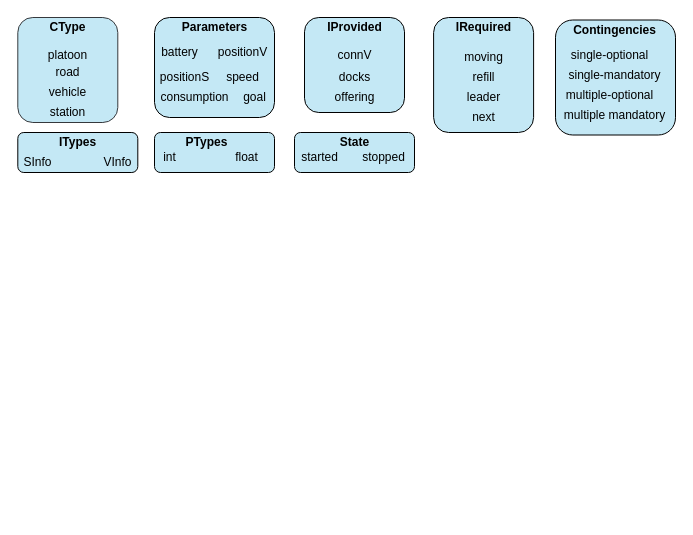
This is elem.drawio from jpgros/site-web, a draw.io file, before an edit. Source tidied: cells renumbered, new cells numbered last; positions are measured from the earlier drawing's top-left corner, leaving out a move shared by most shapes. Both pictures are drawn from the tidied source at 100%, with x=0, y=0 at pixel (17, 17).
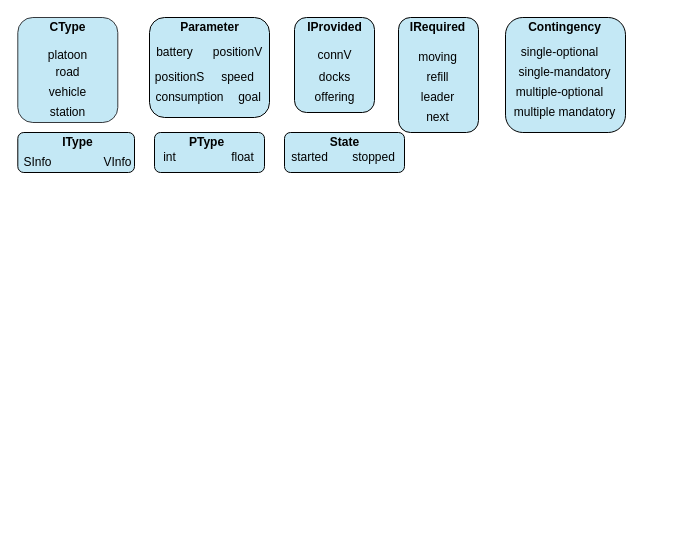
The same page after the edit.

What changed in the source:
```diff
@@
     <mxCell id="2" style="rounded=1;whiteSpace=wrap;html=1;fillColor=#C4E8F5;" parent="1" vertex="1">
-      <mxGeometry x="137" y="115" width="120" height="40" as="geometry" />
+      <mxGeometry x="137" y="115" width="110" height="40" as="geometry" />
     </mxCell>
     <mxCell id="3" style="rounded=1;whiteSpace=wrap;html=1;fillColor=#C4E8F5;" parent="1" vertex="1">
-      <mxGeometry x="0.3" y="115" width="120" height="40" as="geometry" />
+      <mxGeometry x="0.3" y="115" width="116.7" height="40" as="geometry" />
     </mxCell>
     <mxCell id="4" style="rounded=1;whiteSpace=wrap;html=1;fillColor=#C4E8F5;" parent="1" vertex="1">
-      <mxGeometry x="137" width="120" height="100" as="geometry" />
+      <mxGeometry x="132" width="120" height="100" as="geometry" />
     </mxCell>
     <mxCell id="5" style="rounded=1;whiteSpace=wrap;html=1;fillColor=#C4E8F5;" parent="1" vertex="1">
-      <mxGeometry x="287" width="100" height="95" as="geometry" />
+      <mxGeometry x="277" width="80" height="95" as="geometry" />
     </mxCell>
     <mxCell id="6" style="rounded=1;whiteSpace=wrap;html=1;fillColor=#C4E8F5;" parent="1" vertex="1">
-      <mxGeometry x="416.1" width="100" height="115" as="geometry" />
+      <mxGeometry x="381" width="80" height="115" as="geometry" />
     </mxCell>
     <mxCell id="7" style="rounded=1;whiteSpace=wrap;html=1;fillColor=#C4E8F5;" parent="1" vertex="1">
-      <mxGeometry x="538" y="2.5" width="120" height="115" as="geometry" />
+      <mxGeometry x="488" width="120" height="115" as="geometry" />
     </mxCell>
@@
     <mxCell id="10" value="single-optional" style="text;html=1;align=center;verticalAlign=middle;" parent="1" vertex="1">
-      <mxGeometry x="547" y="27.5" width="90" height="20" as="geometry" />
+      <mxGeometry x="497" y="25" width="90" height="20" as="geometry" />
     </mxCell>
     <mxCell id="11" value="single-mandatory" style="text;html=1;align=center;verticalAlign=middle;" parent="1" vertex="1">
-      <mxGeometry x="542" y="47.5" width="110" height="20" as="geometry" />
+      <mxGeometry x="492" y="45" width="110" height="20" as="geometry" />
     </mxCell>
     <mxCell id="12" value="multiple-optional" style="text;html=1;align=center;verticalAlign=middle;" parent="1" vertex="1">
-      <mxGeometry x="542" y="67.5" width="100" height="20" as="geometry" />
+      <mxGeometry x="492" y="65" width="100" height="20" as="geometry" />
     </mxCell>
     <mxCell id="13" value="multiple mandatory" style="text;html=1;align=center;verticalAlign=middle;" parent="1" vertex="1">
-      <mxGeometry x="537" y="87.5" width="120" height="20" as="geometry" />
+      <mxGeometry x="487" y="85" width="120" height="20" as="geometry" />
     </mxCell>
@@
     <mxCell id="17" value="float" style="text;html=1;align=center;verticalAlign=middle;" parent="1" vertex="1">
-      <mxGeometry x="208.7" y="130" width="40" height="20" as="geometry" />
+      <mxGeometry x="205" y="130" width="40" height="20" as="geometry" />
     </mxCell>
     <mxCell id="18" value="battery" style="text;html=1;align=center;verticalAlign=middle;" parent="1" vertex="1">
-      <mxGeometry x="137" y="25" width="50" height="20" as="geometry" />
+      <mxGeometry x="132" y="25" width="50" height="20" as="geometry" />
     </mxCell>
     <mxCell id="19" value="positionS" style="text;html=1;align=center;verticalAlign=middle;" parent="1" vertex="1">
-      <mxGeometry x="137" y="50" width="60" height="20" as="geometry" />
+      <mxGeometry x="132" y="50" width="60" height="20" as="geometry" />
     </mxCell>
     <mxCell id="20" value="positionV" style="text;html=1;align=center;verticalAlign=middle;" parent="1" vertex="1">
-      <mxGeometry x="195" y="25" width="60" height="20" as="geometry" />
+      <mxGeometry x="190" y="25" width="60" height="20" as="geometry" />
     </mxCell>
     <mxCell id="21" value="speed" style="text;html=1;align=center;verticalAlign=middle;" parent="1" vertex="1">
-      <mxGeometry x="200" y="50" width="50" height="20" as="geometry" />
+      <mxGeometry x="195" y="50" width="50" height="20" as="geometry" />
     </mxCell>
     <mxCell id="22" value="goal" style="text;html=1;align=center;verticalAlign=middle;" parent="1" vertex="1">
-      <mxGeometry x="217" y="70" width="40" height="20" as="geometry" />
+      <mxGeometry x="212" y="70" width="40" height="20" as="geometry" />
     </mxCell>
     <mxCell id="23" value="consumption" style="text;html=1;align=center;verticalAlign=middle;" parent="1" vertex="1">
-      <mxGeometry x="137" y="70" width="80" height="20" as="geometry" />
+      <mxGeometry x="132" y="70" width="80" height="20" as="geometry" />
     </mxCell>
@@
-    <mxCell id="25" value="&lt;b&gt;Contingencies&lt;/b&gt;" style="text;html=1;align=center;verticalAlign=middle;" parent="1" vertex="1">
-      <mxGeometry x="547" y="2.5" width="100" height="20" as="geometry" />
+    <mxCell id="25" value="&lt;b&gt;Contingency&lt;/b&gt;" style="text;html=1;align=center;verticalAlign=middle;" parent="1" vertex="1">
+      <mxGeometry x="502" width="90" height="20" as="geometry" />
     </mxCell>
     <mxCell id="26" value="&lt;b&gt;IRequired&lt;/b&gt;" style="text;html=1;align=center;verticalAlign=middle;" parent="1" vertex="1">
-      <mxGeometry x="431.1" width="70" height="20" as="geometry" />
+      <mxGeometry x="385.1" width="70" height="20" as="geometry" />
     </mxCell>
     <mxCell id="27" value="&lt;b&gt;IProvided&lt;/b&gt;" style="text;html=1;align=center;verticalAlign=middle;" parent="1" vertex="1">
-      <mxGeometry x="302" width="70" height="20" as="geometry" />
+      <mxGeometry x="282" width="70" height="20" as="geometry" />
     </mxCell>
-    <mxCell id="28" value="&lt;b&gt;Parameters&lt;/b&gt;" style="text;html=1;align=center;verticalAlign=middle;" parent="1" vertex="1">
-      <mxGeometry x="157" width="80" height="20" as="geometry" />
+    <mxCell id="28" value="&lt;b&gt;Parameter&lt;/b&gt;" style="text;html=1;align=center;verticalAlign=middle;" parent="1" vertex="1">
+      <mxGeometry x="157" width="70" height="20" as="geometry" />
     </mxCell>
-    <mxCell id="29" value="&lt;b&gt;ITypes&lt;/b&gt;" style="text;html=1;align=center;verticalAlign=middle;" parent="1" vertex="1">
+    <mxCell id="29" value="&lt;b&gt;IType&lt;/b&gt;" style="text;html=1;align=center;verticalAlign=middle;" parent="1" vertex="1">
       <mxGeometry x="35.3" y="115" width="50" height="20" as="geometry" />
     </mxCell>
-    <mxCell id="30" value="&lt;b&gt;PTypes&lt;/b&gt;" style="text;html=1;align=center;verticalAlign=middle;" parent="1" vertex="1">
-      <mxGeometry x="158.7" y="115" width="60" height="20" as="geometry" />
+    <mxCell id="30" value="&lt;b&gt;PType&lt;/b&gt;" style="text;html=1;align=center;verticalAlign=middle;" parent="1" vertex="1">
+      <mxGeometry x="163.7" y="115" width="50" height="20" as="geometry" />
     </mxCell>
     <mxCell id="31" style="rounded=1;whiteSpace=wrap;html=1;fillColor=#C4E8F5;" parent="1" vertex="1">
-      <mxGeometry x="277" y="115" width="120" height="40" as="geometry" />
+      <mxGeometry x="267" y="115" width="120" height="40" as="geometry" />
     </mxCell>
     <mxCell id="32" value="&lt;font style=&quot;font-size: 12px&quot;&gt;&lt;b&gt;State&lt;/b&gt;&lt;/font&gt;" style="text;html=1;align=center;verticalAlign=middle;" parent="1" vertex="1">
-      <mxGeometry x="317" y="115" width="40" height="20" as="geometry" />
+      <mxGeometry x="307" y="115" width="40" height="20" as="geometry" />
     </mxCell>
@@
     <mxCell id="37" value="started" style="text;html=1;align=center;verticalAlign=middle;" parent="1" vertex="1">
-      <mxGeometry x="277" y="130" width="50" height="20" as="geometry" />
+      <mxGeometry x="267" y="130" width="50" height="20" as="geometry" />
     </mxCell>
     <mxCell id="38" value="stopped" style="text;html=1;align=center;verticalAlign=middle;" parent="1" vertex="1">
-      <mxGeometry x="335.8" y="130" width="60" height="20" as="geometry" />
+      <mxGeometry x="325.8" y="130" width="60" height="20" as="geometry" />
     </mxCell>
     <mxCell id="39" value="moving" style="text;html=1;align=center;verticalAlign=middle;" parent="1" vertex="1">
-      <mxGeometry x="441.1" y="30" width="50" height="20" as="geometry" />
+      <mxGeometry x="395.1" y="30" width="50" height="20" as="geometry" />
     </mxCell>
     <mxCell id="40" value="refill" style="text;html=1;align=center;verticalAlign=middle;" parent="1" vertex="1">
-      <mxGeometry x="446.1" y="50" width="40" height="20" as="geometry" />
+      <mxGeometry x="400.1" y="50" width="40" height="20" as="geometry" />
     </mxCell>
     <mxCell id="41" value="&lt;div&gt;next&lt;/div&gt;" style="text;html=1;align=center;verticalAlign=middle;" parent="1" vertex="1">
-      <mxGeometry x="446.1" y="90" width="40" height="20" as="geometry" />
+      <mxGeometry x="400.1" y="90" width="40" height="20" as="geometry" />
     </mxCell>
     <mxCell id="42" value="leader" style="text;html=1;align=center;verticalAlign=middle;" parent="1" vertex="1">
-      <mxGeometry x="441.1" y="70" width="50" height="20" as="geometry" />
+      <mxGeometry x="395.1" y="70" width="50" height="20" as="geometry" />
     </mxCell>
     <mxCell id="43" value="connV" style="text;html=1;align=center;verticalAlign=middle;" parent="1" vertex="1">
-      <mxGeometry x="312" y="27.5" width="50" height="20" as="geometry" />
+      <mxGeometry x="292" y="27.5" width="50" height="20" as="geometry" />
     </mxCell>
     <mxCell id="44" value="docks" style="text;html=1;align=center;verticalAlign=middle;" parent="1" vertex="1">
-      <mxGeometry x="312" y="50" width="50" height="20" as="geometry" />
+      <mxGeometry x="292" y="50" width="50" height="20" as="geometry" />
     </mxCell>
     <mxCell id="45" value="offering" style="text;html=1;align=center;verticalAlign=middle;" parent="1" vertex="1">
-      <mxGeometry x="307" y="70" width="60" height="20" as="geometry" />
+      <mxGeometry x="287" y="70" width="60" height="20" as="geometry" />
     </mxCell>
```
